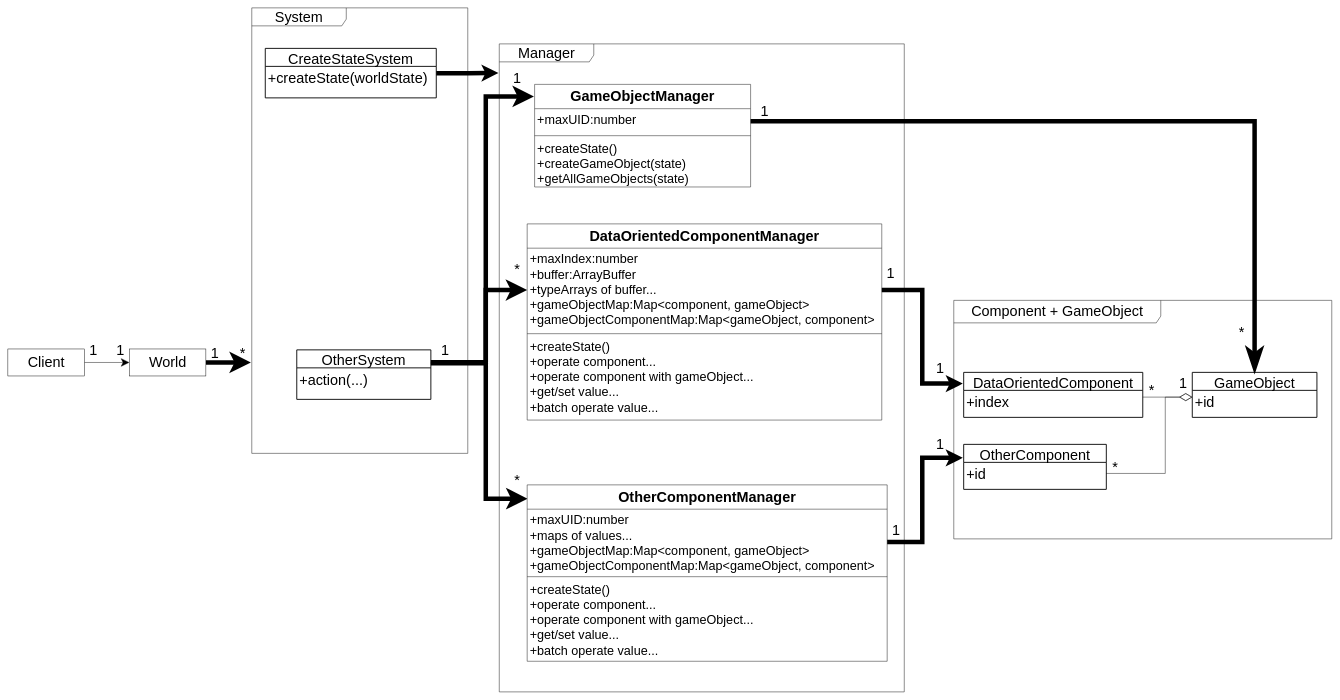
The draw.io diagram packages/ECS模式/role_abstract/UML.drawio in yyc-git/3DProgramPattern, before the edit. Source tidied: cells renumbered, new cells numbered last; positions are measured from the earlier drawing's top-left corner, leaving out a move shared by most shapes. Both pictures are drawn from the tidied source at 45%, with x=0, y=0 at pixel (8, 8).
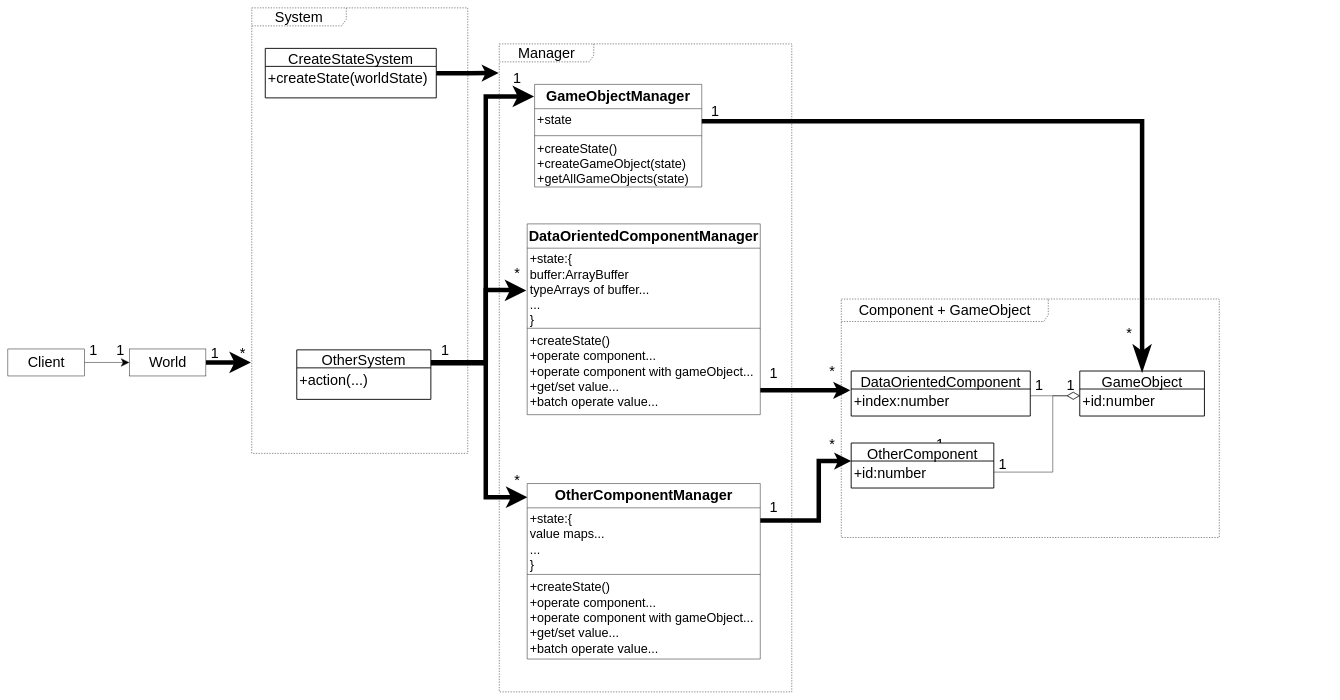
After the change.

Unchanged cells that the change refers to:
```xml
<mxCell id="26" value="OtherSystem" style="swimlane;horizontal=1;startSize=40;rounded=0;fontSize=32;fontStyle=0;strokeWidth=2;shadow=0;dashed=0;align=center;" parent="1" vertex="1">
  <mxGeometry x="642" y="760" width="298" height="110" as="geometry" />
</mxCell>
```

Change to the diagram source:
```diff
@@
-    <mxCell id="2" value="&lt;font style=&quot;font-size: 32px&quot;&gt;System&lt;/font&gt;" style="shape=umlFrame;whiteSpace=wrap;html=1;width=210;height=40;fontSize=32;" parent="1" vertex="1">
+    <mxCell id="2" value="&lt;font style=&quot;font-size: 32px&quot;&gt;System&lt;/font&gt;" style="shape=umlFrame;whiteSpace=wrap;html=1;width=210;height=40;fontSize=32;dashed=1;" parent="1" vertex="1">
       <mxGeometry x="542" width="480" height="990" as="geometry" />
     </mxCell>
-    <mxCell id="3" style="edgeStyle=orthogonalEdgeStyle;rounded=0;jettySize=auto;html=1;exitX=1;exitY=0.5;exitDx=0;exitDy=0;strokeWidth=10;" parent="1" edge="1" source="13">
+    <mxCell id="3" style="edgeStyle=orthogonalEdgeStyle;rounded=0;jettySize=auto;html=1;strokeWidth=10;" parent="1" edge="1" source="15">
       <mxGeometry relative="1" as="geometry">
-        <mxPoint x="2122" y="835" as="targetPoint" />
+        <mxPoint x="1872" y="850" as="targetPoint" />
         <Array as="points">
-          <mxPoint x="2032" y="627" />
-          <mxPoint x="2032" y="835" />
+          <mxPoint x="1722" y="850" />
+          <mxPoint x="1722" y="850" />
         </Array>
       </mxGeometry>
     </mxCell>
-    <mxCell id="4" value="&lt;font style=&quot;font-size: 32px&quot;&gt;Manager&lt;/font&gt;" style="shape=umlFrame;whiteSpace=wrap;html=1;width=210;height=40;fontSize=32;" parent="1" vertex="1">
-      <mxGeometry x="1092" y="80" width="900" height="1440" as="geometry" />
+    <mxCell id="4" value="&lt;font style=&quot;font-size: 32px&quot;&gt;Manager&lt;/font&gt;" style="shape=umlFrame;whiteSpace=wrap;html=1;width=210;height=40;fontSize=32;dashed=1;" parent="1" vertex="1">
+      <mxGeometry x="1092" y="80" width="650" height="1440" as="geometry" />
     </mxCell>
-    <mxCell id="5" value="&lt;font style=&quot;font-size: 32px&quot;&gt;Component + GameObject&lt;/font&gt;" style="shape=umlFrame;whiteSpace=wrap;html=1;width=460;height=50;fontSize=32;" parent="1" vertex="1">
-      <mxGeometry x="2102" y="650" width="840" height="530" as="geometry" />
+    <mxCell id="5" value="&lt;font style=&quot;font-size: 32px&quot;&gt;Component + GameObject&lt;/font&gt;" style="shape=umlFrame;whiteSpace=wrap;html=1;width=460;height=50;fontSize=32;dashed=1;" parent="1" vertex="1">
+      <mxGeometry x="1852" y="647" width="840" height="530" as="geometry" />
     </mxCell>
@@
     <mxCell id="7" style="edgeStyle=orthogonalEdgeStyle;rounded=0;jettySize=auto;html=1;entryX=1;entryY=0.41;entryDx=0;entryDy=0;startArrow=diamondThin;startFill=0;endArrow=none;endFill=0;endSize=26;strokeWidth=1;entryPerimeter=0;exitX=0;exitY=0.25;exitDx=0;exitDy=0;startSize=26;" parent="1" edge="1" source="9" target="52">
       <mxGeometry relative="1" as="geometry">
         <Array as="points">
-          <mxPoint x="2572" y="865" />
-          <mxPoint x="2572" y="1035" />
+          <mxPoint x="2322" y="862" />
+          <mxPoint x="2322" y="1032" />
         </Array>
       </mxGeometry>
     </mxCell>
     <mxCell id="8" value="GameObject" style="swimlane;horizontal=1;startSize=40;rounded=0;fontSize=32;fontStyle=0;strokeWidth=2;shadow=0;dashed=0;align=center;" parent="1" vertex="1">
-      <mxGeometry x="2632" y="810" width="277" height="100" as="geometry" />
+      <mxGeometry x="2382" y="807" width="277" height="100" as="geometry" />
     </mxCell>
-    <mxCell id="9" value="+id&#10;" style="align=left;strokeColor=none;fillColor=none;spacingLeft=4;fontSize=32;verticalAlign=top;" parent="8" vertex="1">
+    <mxCell id="9" value="+id:number" style="align=left;strokeColor=none;fillColor=none;spacingLeft=4;fontSize=32;verticalAlign=top;" parent="8" vertex="1">
       <mxGeometry y="40" width="277" height="60" as="geometry" />
     </mxCell>
     <mxCell id="10" value="DataOrientedComponent" style="swimlane;horizontal=1;startSize=40;rounded=0;fontSize=32;fontStyle=0;strokeWidth=2;shadow=0;dashed=0;align=center;" parent="1" vertex="1">
-      <mxGeometry x="2124" y="810" width="398" height="100" as="geometry" />
+      <mxGeometry x="1874" y="807" width="398" height="100" as="geometry" />
     </mxCell>
-    <mxCell id="11" value="+index" style="align=left;strokeColor=none;fillColor=none;spacingLeft=4;fontSize=32;verticalAlign=top;" parent="10" vertex="1">
+    <mxCell id="11" value="+index:number" style="align=left;strokeColor=none;fillColor=none;spacingLeft=4;fontSize=32;verticalAlign=top;" parent="10" vertex="1">
       <mxGeometry y="40" width="398" height="60" as="geometry" />
     </mxCell>
     <mxCell id="12" value="DataOrientedComponentManager" style="swimlane;fontStyle=1;align=center;verticalAlign=top;horizontal=1;startSize=54;fontSize=32;" parent="1" vertex="1">
-      <mxGeometry x="1154" y="480" width="788" height="436" as="geometry" />
+      <mxGeometry x="1154" y="480" width="518" height="424" as="geometry" />
     </mxCell>
-    <mxCell id="13" value="+maxIndex:number&#10;+buffer:ArrayBuffer&#10;+typeArrays of buffer...&#10;+gameObjectMap:Map&lt;component, gameObject&gt;&#10;+gameObjectComponentMap:Map&lt;gameObject, component&gt;" style="text;strokeColor=none;fillColor=none;align=left;verticalAlign=top;spacingLeft=4;spacingRight=4;overflow=hidden;points=[[0,0.5],[1,0.5]];portConstraint=eastwest;fontSize=28;" parent="12" vertex="1">
-      <mxGeometry y="54" width="788" height="186" as="geometry" />
+    <mxCell id="13" value="+state:{&#10;buffer:ArrayBuffer&#10;typeArrays of buffer...&#10;...&#10;}&#10;" style="text;strokeColor=none;fillColor=none;align=left;verticalAlign=top;spacingLeft=4;spacingRight=4;overflow=hidden;points=[[0,0.5],[1,0.5]];portConstraint=eastwest;fontSize=28;" parent="12" vertex="1">
+      <mxGeometry y="54" width="518" height="174" as="geometry" />
     </mxCell>
     <mxCell id="14" style="line;strokeWidth=1;fillColor=none;align=left;verticalAlign=middle;spacingTop=-1;spacingLeft=3;spacingRight=3;labelPosition=right;" parent="12" vertex="1">
-      <mxGeometry y="240" width="788" height="8" as="geometry" />
+      <mxGeometry y="228" width="518" height="8" as="geometry" />
     </mxCell>
     <mxCell id="15" value="+createState()&#10;+operate component...&#10;+operate component with gameObject...&#10;+get/set value...&#10;+batch operate value..." style="text;strokeColor=none;fillColor=none;align=left;verticalAlign=top;spacingLeft=4;spacingRight=4;overflow=hidden;points=[[0,0.5],[1,0.5]];portConstraint=eastwest;fontSize=28;" parent="12" vertex="1">
-      <mxGeometry y="248" width="788" height="188" as="geometry" />
+      <mxGeometry y="236" width="518" height="188" as="geometry" />
     </mxCell>
     <mxCell id="16" value="GameObjectManager" style="swimlane;fontStyle=1;align=center;verticalAlign=top;horizontal=1;startSize=54;fontSize=32;" parent="1" vertex="1">
-      <mxGeometry x="1170.5" y="170" width="480" height="228" as="geometry" />
+      <mxGeometry x="1170.5" y="170" width="371.5" height="228" as="geometry" />
     </mxCell>
-    <mxCell id="17" value="+maxUID:number" style="text;strokeColor=none;fillColor=none;align=left;verticalAlign=top;spacingLeft=4;spacingRight=4;overflow=hidden;points=[[0,0.5],[1,0.5]];portConstraint=eastwest;fontSize=28;" parent="16" vertex="1">
-      <mxGeometry y="54" width="480" height="56" as="geometry" />
+    <mxCell id="17" value="+state" style="text;strokeColor=none;fillColor=none;align=left;verticalAlign=top;spacingLeft=4;spacingRight=4;overflow=hidden;points=[[0,0.5],[1,0.5]];portConstraint=eastwest;fontSize=28;" parent="16" vertex="1">
+      <mxGeometry y="54" width="371.5" height="56" as="geometry" />
     </mxCell>
     <mxCell id="18" style="line;strokeWidth=1;fillColor=none;align=left;verticalAlign=middle;spacingTop=-1;spacingLeft=3;spacingRight=3;labelPosition=right;" parent="16" vertex="1">
-      <mxGeometry y="110" width="480" height="8" as="geometry" />
+      <mxGeometry y="110" width="371.5" height="8" as="geometry" />
     </mxCell>
     <mxCell id="19" value="+createState()&#10;+createGameObject(state)&#10;+getAllGameObjects(state)" style="text;strokeColor=none;fillColor=none;align=left;verticalAlign=top;spacingLeft=4;spacingRight=4;overflow=hidden;fontSize=28;" parent="16" vertex="1">
-      <mxGeometry y="118" width="480" height="110" as="geometry" />
+      <mxGeometry y="118" width="371.5" height="110" as="geometry" />
     </mxCell>
@@
-    <mxCell id="24" style="edgeStyle=orthogonalEdgeStyle;rounded=0;jettySize=auto;html=1;entryX=0;entryY=0.5;entryDx=0;entryDy=0;endSize=16;strokeWidth=10;exitX=1;exitY=0.25;exitDx=0;exitDy=0;" parent="1" edge="1" source="26" target="13">
+    <mxCell id="24" style="edgeStyle=orthogonalEdgeStyle;rounded=0;jettySize=auto;html=1;endSize=16;strokeWidth=10;exitX=1;exitY=0.25;exitDx=0;exitDy=0;" parent="1" edge="1" source="26">
       <mxGeometry relative="1" as="geometry">
+        <mxPoint x="1152" y="628" as="targetPoint" />
         <Array as="points">
           <mxPoint x="1062" y="788" />
           <mxPoint x="1062" y="627" />
+          <mxPoint x="1122" y="627" />
+          <mxPoint x="1122" y="628" />
         </Array>
       </mxGeometry>
     </mxCell>
@@
     <mxCell id="28" value="OtherComponentManager" style="swimlane;fontStyle=1;align=center;verticalAlign=top;horizontal=1;startSize=54;fontSize=32;" parent="1" vertex="1">
-      <mxGeometry x="1154" y="1060" width="800" height="392" as="geometry" />
+      <mxGeometry x="1154" y="1057" width="518" height="390" as="geometry" />
     </mxCell>
-    <mxCell id="29" value="+maxUID:number&#10;+maps of values...&#10;+gameObjectMap:Map&lt;component, gameObject&gt;&#10;+gameObjectComponentMap:Map&lt;gameObject, component&gt;" style="text;strokeColor=none;fillColor=none;align=left;verticalAlign=top;spacingLeft=4;spacingRight=4;overflow=hidden;points=[[0,0.5],[1,0.5]];portConstraint=eastwest;fontSize=28;" parent="28" vertex="1">
-      <mxGeometry y="54" width="800" height="146" as="geometry" />
+    <mxCell id="29" value="+state:{&#10;value maps...&#10;...&#10;}" style="text;strokeColor=none;fillColor=none;align=left;verticalAlign=top;spacingLeft=4;spacingRight=4;overflow=hidden;points=[[0,0.5],[1,0.5]];portConstraint=eastwest;fontSize=28;" parent="28" vertex="1">
+      <mxGeometry y="54" width="518" height="144" as="geometry" />
     </mxCell>
     <mxCell id="30" style="line;strokeWidth=1;fillColor=none;align=left;verticalAlign=middle;spacingTop=-1;spacingLeft=3;spacingRight=3;labelPosition=right;" parent="28" vertex="1">
-      <mxGeometry y="200" width="800" height="8" as="geometry" />
+      <mxGeometry y="198" width="518" height="8" as="geometry" />
     </mxCell>
     <mxCell id="31" value="+createState()&#10;+operate component...&#10;+operate component with gameObject...&#10;+get/set value...&#10;+batch operate value..." style="text;strokeColor=none;fillColor=none;align=left;verticalAlign=top;spacingLeft=4;spacingRight=4;overflow=hidden;fontSize=28;" parent="28" vertex="1">
-      <mxGeometry y="208" width="800" height="184" as="geometry" />
+      <mxGeometry y="206" width="518" height="184" as="geometry" />
     </mxCell>
@@
-    <mxCell id="34" style="edgeStyle=orthogonalEdgeStyle;rounded=0;jettySize=auto;html=1;strokeWidth=10;" parent="1" edge="1" source="29">
+    <mxCell id="34" style="edgeStyle=orthogonalEdgeStyle;rounded=0;jettySize=auto;html=1;strokeWidth=10;entryX=0;entryY=0;entryDx=0;entryDy=0;" parent="1" edge="1" source="29" target="52">
       <mxGeometry relative="1" as="geometry">
-        <mxPoint x="2122" y="1000" as="targetPoint" />
         <Array as="points">
-          <mxPoint x="2032" y="1187" />
-          <mxPoint x="2032" y="1000" />
+          <mxPoint x="1802" y="1139" />
+          <mxPoint x="1802" y="1007" />
         </Array>
       </mxGeometry>
     </mxCell>
     <mxCell id="35" value="&lt;font style=&quot;font-size: 32px&quot;&gt;1&lt;/font&gt;" style="text;html=1;strokeColor=none;fillColor=none;align=center;verticalAlign=middle;whiteSpace=wrap;rounded=0;" parent="1" vertex="1">
-      <mxGeometry x="1662" y="219" width="40" height="20" as="geometry" />
+      <mxGeometry x="1552" y="219" width="40" height="20" as="geometry" />
     </mxCell>
     <mxCell id="36" value="&lt;font style=&quot;font-size: 32px&quot;&gt;*&lt;/font&gt;" style="text;html=1;strokeColor=none;fillColor=none;align=center;verticalAlign=middle;whiteSpace=wrap;rounded=0;" parent="1" vertex="1">
-      <mxGeometry x="2722" y="710" width="40" height="20" as="geometry" />
+      <mxGeometry x="2472" y="720" width="40" height="7" as="geometry" />
     </mxCell>
     <mxCell id="37" value="&lt;font style=&quot;font-size: 32px&quot;&gt;1&lt;/font&gt;" style="text;html=1;strokeColor=none;fillColor=none;align=center;verticalAlign=middle;whiteSpace=wrap;rounded=0;" parent="1" vertex="1">
-      <mxGeometry x="1942" y="580" width="40" height="20" as="geometry" />
+      <mxGeometry x="1682" y="802" width="40" height="20" as="geometry" />
     </mxCell>
-    <mxCell id="38" value="&lt;font style=&quot;font-size: 32px&quot;&gt;1&lt;/font&gt;" style="text;html=1;strokeColor=none;fillColor=none;align=center;verticalAlign=middle;whiteSpace=wrap;rounded=0;" parent="1" vertex="1">
-      <mxGeometry x="2052" y="790" width="40" height="20" as="geometry" />
+    <mxCell id="38" value="&lt;font style=&quot;font-size: 32px&quot;&gt;*&lt;/font&gt;" style="text;html=1;strokeColor=none;fillColor=none;align=center;verticalAlign=middle;whiteSpace=wrap;rounded=0;" parent="1" vertex="1">
+      <mxGeometry x="1812" y="798" width="40" height="20" as="geometry" />
     </mxCell>
-    <mxCell id="39" value="&lt;font style=&quot;font-size: 32px&quot;&gt;1&lt;/font&gt;" style="text;html=1;strokeColor=none;fillColor=none;align=center;verticalAlign=middle;whiteSpace=wrap;rounded=0;" parent="1" vertex="1">
-      <mxGeometry x="1954" y="1150" width="40" height="20" as="geometry" />
+    <mxCell id="39" value="&lt;font style=&quot;font-size: 32px&quot;&gt;*&lt;/font&gt;" style="text;html=1;strokeColor=none;fillColor=none;align=center;verticalAlign=middle;whiteSpace=wrap;rounded=0;" parent="1" vertex="1">
+      <mxGeometry x="1812" y="960" width="40" height="20" as="geometry" />
     </mxCell>
@@
     <mxCell id="43" value="&lt;font style=&quot;font-size: 32px&quot;&gt;*&lt;/font&gt;" style="text;html=1;strokeColor=none;fillColor=none;align=center;verticalAlign=middle;whiteSpace=wrap;rounded=0;" parent="1" vertex="1">
-      <mxGeometry x="1112" y="572" width="40" height="20" as="geometry" />
+      <mxGeometry x="1112" y="580" width="40" height="20" as="geometry" />
     </mxCell>
@@
     <mxCell id="49" value="&lt;font style=&quot;font-size: 32px&quot;&gt;1&lt;/font&gt;" style="text;html=1;strokeColor=none;fillColor=none;align=center;verticalAlign=middle;whiteSpace=wrap;rounded=0;" parent="1" vertex="1">
-      <mxGeometry x="2592" y="825" width="40" height="20" as="geometry" />
+      <mxGeometry x="2342" y="829" width="40" height="20" as="geometry" />
     </mxCell>
-    <mxCell id="50" value="&lt;font style=&quot;font-size: 32px&quot;&gt;*&lt;/font&gt;" style="text;html=1;strokeColor=none;fillColor=none;align=center;verticalAlign=middle;whiteSpace=wrap;rounded=0;" parent="1" vertex="1">
-      <mxGeometry x="2522" y="840" width="40" height="20" as="geometry" />
+    <mxCell id="50" value="&lt;font style=&quot;font-size: 32px&quot;&gt;1&lt;/font&gt;" style="text;html=1;strokeColor=none;fillColor=none;align=center;verticalAlign=middle;whiteSpace=wrap;rounded=0;" parent="1" vertex="1">
+      <mxGeometry x="2272" y="828" width="40" height="20" as="geometry" />
     </mxCell>
     <mxCell id="51" value="OtherComponent" style="swimlane;horizontal=1;startSize=40;rounded=0;fontSize=32;fontStyle=0;strokeWidth=2;shadow=0;dashed=0;align=center;" parent="1" vertex="1">
-      <mxGeometry x="2124" y="970" width="317" height="100" as="geometry" />
+      <mxGeometry x="1874" y="967" width="317" height="100" as="geometry" />
     </mxCell>
-    <mxCell id="52" value="+id" style="align=left;strokeColor=none;fillColor=none;spacingLeft=4;fontSize=32;verticalAlign=top;" parent="51" vertex="1">
+    <mxCell id="52" value="+id:number" style="align=left;strokeColor=none;fillColor=none;spacingLeft=4;fontSize=32;verticalAlign=top;" parent="51" vertex="1">
       <mxGeometry y="40" width="317" height="60" as="geometry" />
     </mxCell>
-    <mxCell id="53" value="&lt;font style=&quot;font-size: 32px&quot;&gt;*&lt;/font&gt;" style="text;html=1;strokeColor=none;fillColor=none;align=center;verticalAlign=middle;whiteSpace=wrap;rounded=0;" parent="1" vertex="1">
-      <mxGeometry x="2441" y="1010" width="40" height="20" as="geometry" />
+    <mxCell id="53" value="&lt;font style=&quot;font-size: 32px&quot;&gt;1&lt;/font&gt;" style="text;html=1;strokeColor=none;fillColor=none;align=center;verticalAlign=middle;whiteSpace=wrap;rounded=0;" parent="1" vertex="1">
+      <mxGeometry x="2191" y="1005" width="40" height="20" as="geometry" />
     </mxCell>
@@
+    <mxCell id="57" value="&lt;font style=&quot;font-size: 32px&quot;&gt;1&lt;/font&gt;" style="text;html=1;strokeColor=none;fillColor=none;align=center;verticalAlign=middle;whiteSpace=wrap;rounded=0;" parent="1" vertex="1">
+      <mxGeometry x="1682" y="1100" width="40" height="20" as="geometry" />
+    </mxCell>
```
